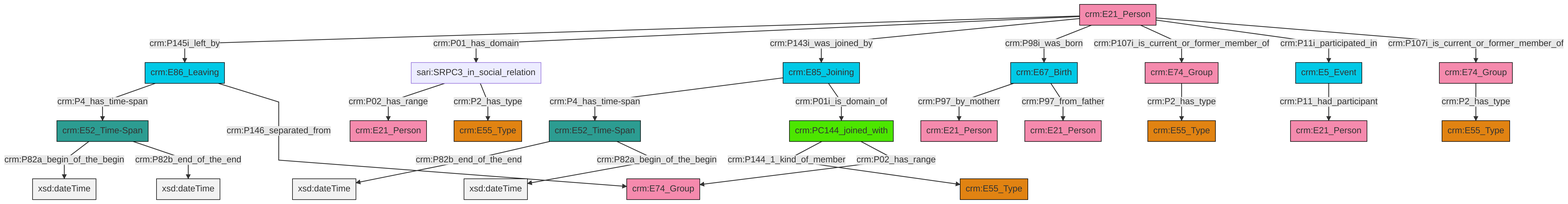
The Mermaid diagram et/personCSV/ttl/mmd/png/Person_Actor_Relations.png in swiss-art-research-net/reference-data-models, before a commit. Its source is kept beside it as et/personCSV/ttl/mmd/Person_Actor_Relations.ttl.mmd.
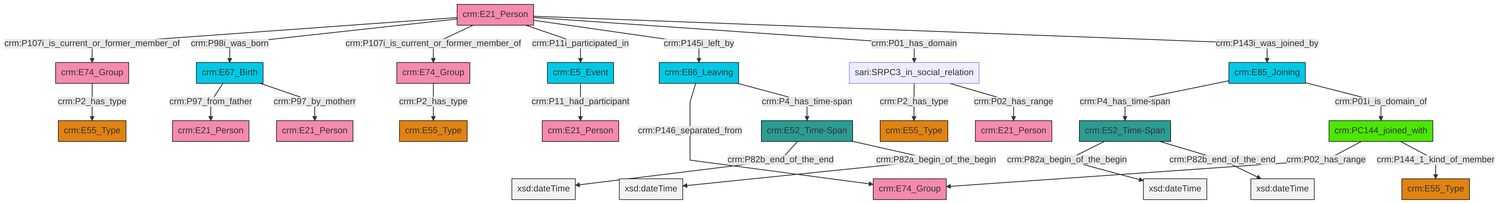
After the change.

What changed in the source:
```diff
@@ -13,27 +13,27 @@
 classDef PC_Classes fill:#4ce600, stroke:#000000;
 classDef Multi fill:#cccccc,stroke:#000000;
 
+4["crm:E5_Event"]:::Temporal_Entity -->|crm:P11_had_participant| 5["crm:E21_Person"]:::Actor
+6["crm:E67_Birth"]:::Temporal_Entity -->|crm:P97_from_father| 7["crm:E21_Person"]:::Actor
 8["crm:E85_Joining"]:::Temporal_Entity -->|crm:P4_has_time-span| 9["crm:E52_Time-Span"]:::Time-Span
-9["crm:E52_Time-Span"]:::Time-Span -->|crm:P82b_end_of_the_end| 15[xsd:dateTime]:::Literal
-2["crm:PC144_joined_with"]:::PC_Classes -->|crm:P144_1_kind_of_member| 12["crm:E55_Type"]:::Type
-16["crm:E86_Leaving"]:::Temporal_Entity -->|crm:P4_has_time-span| 17["crm:E52_Time-Span"]:::Time-Span
-9["crm:E52_Time-Span"]:::Time-Span -->|crm:P82a_begin_of_the_begin| 18[xsd:dateTime]:::Literal
-23["crm:E21_Person"]:::Actor -->|crm:P145i_left_by| 16["crm:E86_Leaving"]:::Temporal_Entity
-30["sari:SRPC3_in_social_relation"]:::Default -->|crm:P02_has_range| 31["crm:E21_Person"]:::Actor
-23["crm:E21_Person"]:::Actor -->|crm:P01_has_domain| 30["sari:SRPC3_in_social_relation"]:::Default
-23["crm:E21_Person"]:::Actor -->|crm:P143i_was_joined_by| 8["crm:E85_Joining"]:::Temporal_Entity
-35["crm:E67_Birth"]:::Temporal_Entity -->|crm:P97_by_motherr| 0["crm:E21_Person"]:::Actor
-23["crm:E21_Person"]:::Actor -->|crm:P98i_was_born| 35["crm:E67_Birth"]:::Temporal_Entity
-30["sari:SRPC3_in_social_relation"]:::Default -->|crm:P2_has_type| 28["crm:E55_Type"]:::Type
-36["crm:E74_Group"]:::Actor -->|crm:P2_has_type| 10["crm:E55_Type"]:::Type
-23["crm:E21_Person"]:::Actor -->|crm:P107i_is_current_or_former_member_of| 21["crm:E74_Group"]:::Actor
-16["crm:E86_Leaving"]:::Temporal_Entity -->|crm:P146_separated_from| 32["crm:E74_Group"]:::Actor
-21["crm:E74_Group"]:::Actor -->|crm:P2_has_type| 19["crm:E55_Type"]:::Type
-25["crm:E5_Event"]:::Temporal_Entity -->|crm:P11_had_participant| 6["crm:E21_Person"]:::Actor
-8["crm:E85_Joining"]:::Temporal_Entity -->|crm:P01i_is_domain_of| 2["crm:PC144_joined_with"]:::PC_Classes
-23["crm:E21_Person"]:::Actor -->|crm:P11i_participated_in| 25["crm:E5_Event"]:::Temporal_Entity
-17["crm:E52_Time-Span"]:::Time-Span -->|crm:P82a_begin_of_the_begin| 42[xsd:dateTime]:::Literal
-2["crm:PC144_joined_with"]:::PC_Classes -->|crm:P02_has_range| 32["crm:E74_Group"]:::Actor
-17["crm:E52_Time-Span"]:::Time-Span -->|crm:P82b_end_of_the_end| 44[xsd:dateTime]:::Literal
-35["crm:E67_Birth"]:::Temporal_Entity -->|crm:P97_from_father| 4["crm:E21_Person"]:::Actor
-23["crm:E21_Person"]:::Actor -->|crm:P107i_is_current_or_former_member_of| 36["crm:E74_Group"]:::Actor
+2["crm:E21_Person"]:::Actor -->|crm:P107i_is_current_or_former_member_of| 12["crm:E74_Group"]:::Actor
+13["sari:SRPC3_in_social_relation"]:::Default -->|crm:P2_has_type| 14["crm:E55_Type"]:::Type
+13["sari:SRPC3_in_social_relation"]:::Default -->|crm:P02_has_range| 0["crm:E21_Person"]:::Actor
+17["crm:E86_Leaving"]:::Temporal_Entity -->|crm:P146_separated_from| 18["crm:E74_Group"]:::Actor
+9["crm:E52_Time-Span"]:::Time-Span -->|crm:P82a_begin_of_the_begin| 20[xsd:dateTime]:::Literal
+12["crm:E74_Group"]:::Actor -->|crm:P2_has_type| 10["crm:E55_Type"]:::Type
+2["crm:E21_Person"]:::Actor -->|crm:P98i_was_born| 6["crm:E67_Birth"]:::Temporal_Entity
+2["crm:E21_Person"]:::Actor -->|crm:P107i_is_current_or_former_member_of| 23["crm:E74_Group"]:::Actor
+17["crm:E86_Leaving"]:::Temporal_Entity -->|crm:P4_has_time-span| 15["crm:E52_Time-Span"]:::Time-Span
+2["crm:E21_Person"]:::Actor -->|crm:P11i_participated_in| 4["crm:E5_Event"]:::Temporal_Entity
+29["crm:PC144_joined_with"]:::PC_Classes -->|crm:P02_has_range| 18["crm:E74_Group"]:::Actor
+15["crm:E52_Time-Span"]:::Time-Span -->|crm:P82b_end_of_the_end| 31[xsd:dateTime]:::Literal
+2["crm:E21_Person"]:::Actor -->|crm:P145i_left_by| 17["crm:E86_Leaving"]:::Temporal_Entity
+29["crm:PC144_joined_with"]:::PC_Classes -->|crm:P144_1_kind_of_member| 33["crm:E55_Type"]:::Type
+2["crm:E21_Person"]:::Actor -->|crm:P01_has_domain| 13["sari:SRPC3_in_social_relation"]:::Default
+23["crm:E74_Group"]:::Actor -->|crm:P2_has_type| 25["crm:E55_Type"]:::Type
+6["crm:E67_Birth"]:::Temporal_Entity -->|crm:P97_by_motherr| 35["crm:E21_Person"]:::Actor
+9["crm:E52_Time-Span"]:::Time-Span -->|crm:P82b_end_of_the_end| 38[xsd:dateTime]:::Literal
+2["crm:E21_Person"]:::Actor -->|crm:P143i_was_joined_by| 8["crm:E85_Joining"]:::Temporal_Entity
+15["crm:E52_Time-Span"]:::Time-Span -->|crm:P82a_begin_of_the_begin| 42[xsd:dateTime]:::Literal
+8["crm:E85_Joining"]:::Temporal_Entity -->|crm:P01i_is_domain_of| 29["crm:PC144_joined_with"]:::PC_Classes
```
